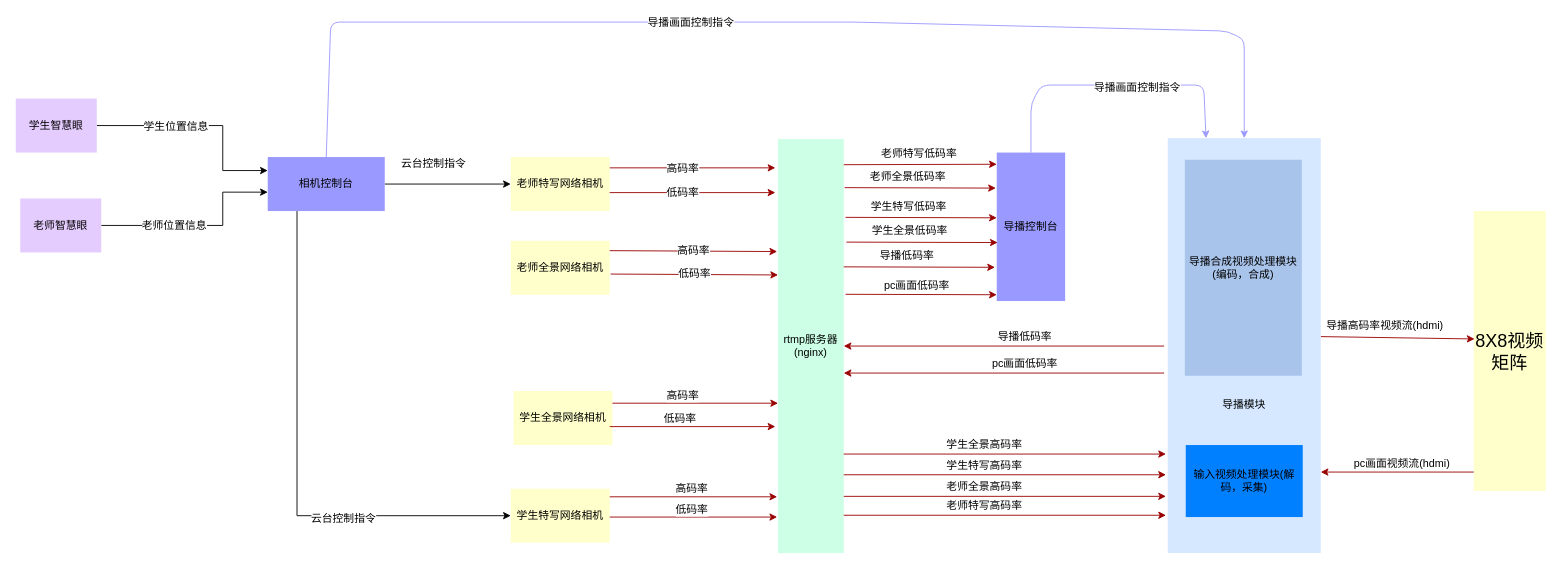
huangPeiLc/drawio keeps this draw.io diagram as 大智小慧导播工作示意图.drawio. Above is the earlier version. Source tidied: cells renumbered, new cells numbered last; positions are measured from the earlier drawing's top-left corner, leaving out a move shared by most shapes. Both pictures are drawn from the tidied source at 90%, with x=0, y=0 at pixel (15, 22).
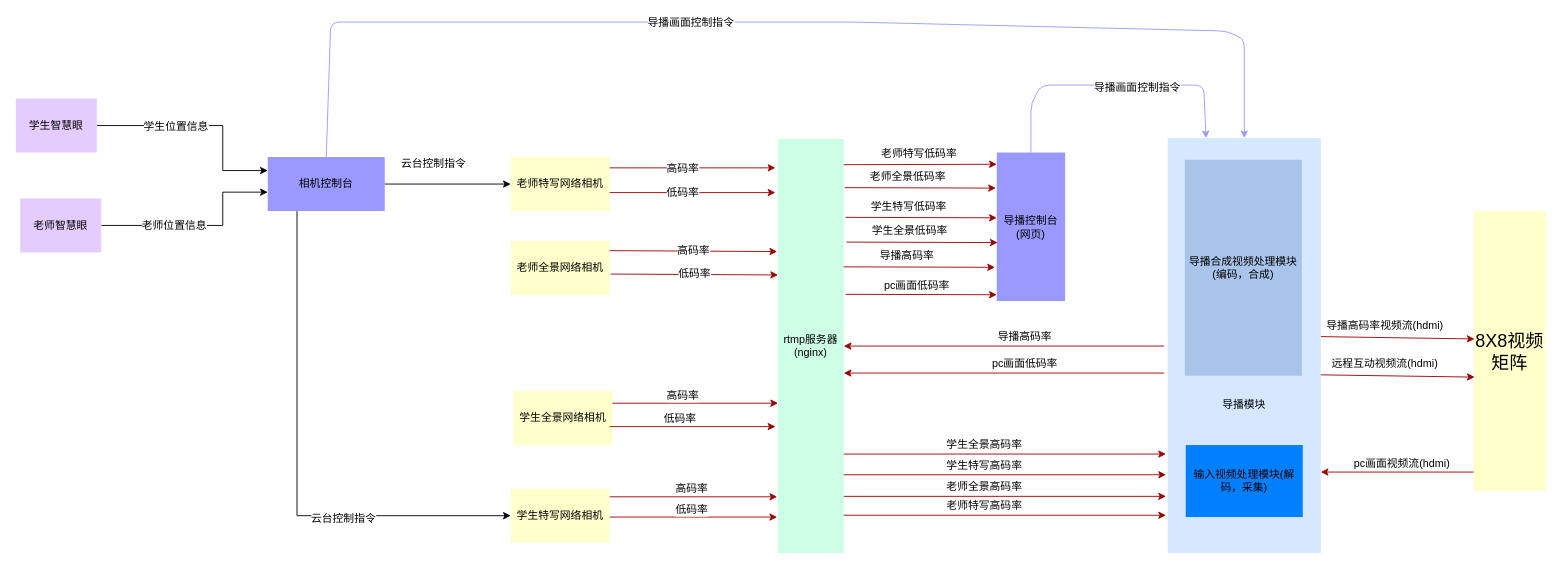
The same diagram, later.

Commit message:
Update 大智小慧导播工作示意图.drawio

Unchanged cells that the change refers to:
```xml
<mxCell id="41" style="endArrow=classic;entryX=0.011;entryY=0.457;entryDx=0;entryDy=0;strokeColor=#990000;entryPerimeter=0;fontStyle=0;html=1;exitX=0.996;exitY=0.05;exitDx=0;exitDy=0;exitPerimeter=0;" parent="1" edge="1">
  <mxGeometry relative="1" as="geometry">
    <mxPoint x="920" y="272" as="sourcePoint" />
    <mxPoint x="1088" y="272.5" as="targetPoint" />
  </mxGeometry>
</mxCell>
<mxCell id="43" style="endArrow=classic;strokeColor=#990000;fontStyle=0;html=1;" parent="1" edge="1">
  <mxGeometry relative="1" as="geometry">
    <mxPoint x="1276" y="360" as="sourcePoint" />
    <mxPoint x="920" y="360" as="targetPoint" />
  </mxGeometry>
</mxCell>
```

Change to the diagram source:
```diff
@@
-    <mxCell id="25" value="导播控制台" style="whiteSpace=wrap;align=center;verticalAlign=middle;fontStyle=0;strokeWidth=3;fillColor=#9999FF;strokeColor=none;html=1;" parent="1" vertex="1">
+    <mxCell id="25" value="导播控制台&lt;br&gt;(网页)" style="whiteSpace=wrap;align=center;verticalAlign=middle;fontStyle=0;strokeWidth=3;fillColor=#9999FF;strokeColor=none;html=1;" parent="1" vertex="1">
       <mxGeometry x="1090" y="145" width="76" height="165" as="geometry" />
     </mxCell>
@@
-    <mxCell id="42" value="导播低码率" style="text;html=1;align=center;verticalAlign=middle;labelBackgroundColor=#ffffff;" parent="41" vertex="1">
+    <mxCell id="42" value="导播高码率" style="text;html=1;align=center;verticalAlign=middle;labelBackgroundColor=#ffffff;" parent="41" vertex="1">
       <mxGeometry x="-0.35" y="-2" relative="1" as="geometry">
         <mxPoint x="14.5" y="-15" as="offset" />
       </mxGeometry>
     </mxCell>
@@
-    <mxCell id="44" value="导播低码率" style="text;html=1;align=center;verticalAlign=middle;labelBackgroundColor=#ffffff;fontSize=12;" parent="43" vertex="1">
+    <mxCell id="44" value="导播高码率" style="text;html=1;align=center;verticalAlign=middle;labelBackgroundColor=#ffffff;fontSize=12;" parent="43" vertex="1">
       <mxGeometry x="-0.51" y="4" relative="1" as="geometry">
         <mxPoint x="-69" y="-14.5" as="offset" />
       </mxGeometry>
     </mxCell>
@@
+    <mxCell id="74" style="endArrow=classic;entryX=0.011;entryY=0.457;entryDx=0;entryDy=0;strokeColor=#990000;entryPerimeter=0;fontStyle=0;html=1;" parent="1" edge="1">
+      <mxGeometry relative="1" as="geometry">
+        <mxPoint x="1450" y="392" as="sourcePoint" />
+        <mxPoint x="1621" y="394.5" as="targetPoint" />
+      </mxGeometry>
+    </mxCell>
+    <mxCell id="75" value="远程互动视频流(hdmi)" style="text;html=1;align=center;verticalAlign=middle;labelBackgroundColor=#ffffff;" parent="74" vertex="1">
+      <mxGeometry x="-0.35" y="-2" relative="1" as="geometry">
+        <mxPoint x="14.5" y="-15" as="offset" />
+      </mxGeometry>
+    </mxCell>
```
